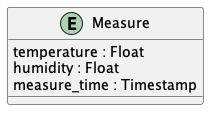
Earlier version of the PlantUML export doc/images/DBScheme.png (divtec-cejef/2023-cch-32-iot-arduino-drafolin).
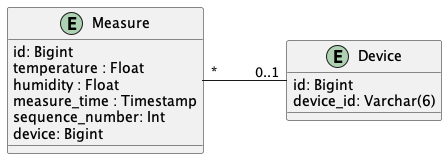
The same file after the commit.

The edit, as a diff of the source:
```diff
@@ -1,7 +1,17 @@
 @startuml DBScheme
 entity Measure {
+	id: Bigint
 	temperature : Float
 	humidity : Float
 	measure_time : Timestamp
+	sequence_number: Int
+	device: Bigint
 }
+
+entity Device {
+	id: Bigint
+	{field} device_id: Varchar(6)
+}
+
+Measure "*" - " 0..1" Device
 @enduml
```
